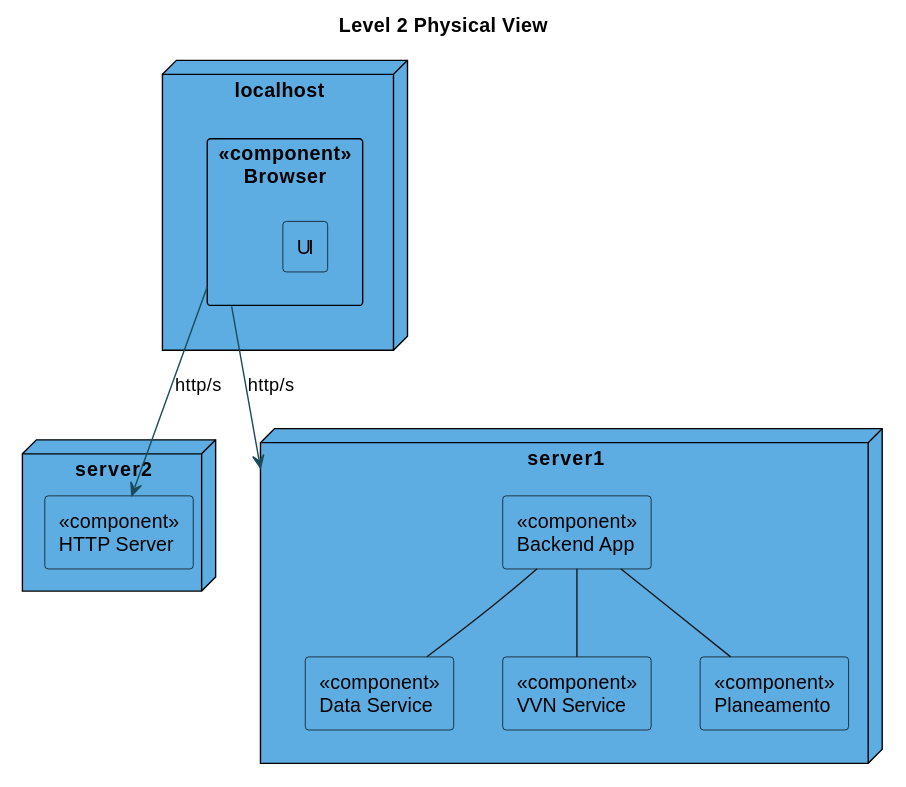
Before: docs/sprint1/level2/physical_view/phyisical_view.svg, a diagram exported from PlantUML (Departamento-de-Engenharia-Informatica/LEI-SEM5-PI-2025-26-3DK-04). The source it was exported from:
```plantuml
@startuml
title Level 2 Physical View

skinparam defaultFontName Arial
skinparam componentStyle rectangle
skinparam node {
  BackgroundColor #5DADE2
  BorderColor #000000
}
skinparam component {
  BackgroundColor #5DADE2
  BorderColor #000000
}

node "localhost" as CLIENT {
  component "<<component>>\nBrowser" as BROWSER {
    component "<<component>>\nUI" as UI
  }
}

node "server2" as WEB {
  component "<<component>>\nHTTP Server" as WEBHTTP
  component "UI" as UI
}

node "server1" as APP {
  component "<<component>>\nBackend App" as API
  component "<<component>>\nData Service" as DS
  component "<<component>>\nVVN Service" as VVN
  component "<<component>>\nPlaneamento" as PLAN
}

WEBHTTP -[Hidden]-> UI
API -down- DS
API -down- VVN
API -down- PLAN

BROWSER -[#1b4b5a]-> WEBHTTP : http/s
BROWSER -[#1b4b5a]-> APP : http/s
@enduml
```
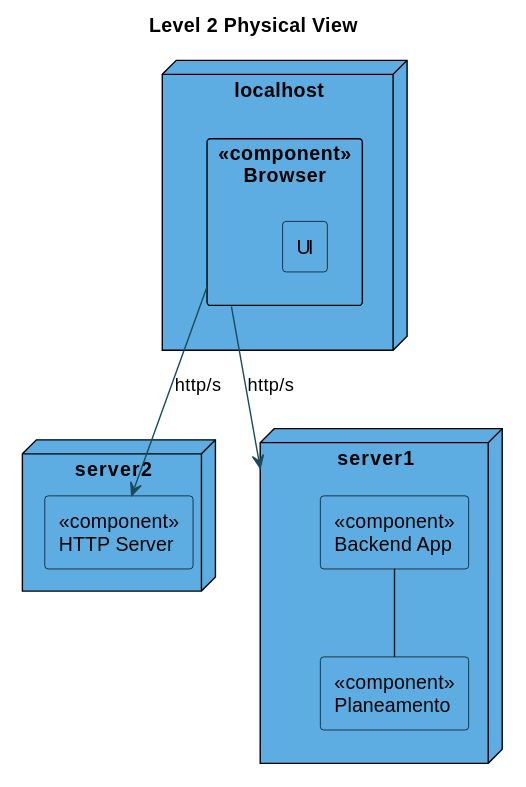
After the change.

Diff of the diagram source:
```diff
@@ -25,14 +25,10 @@
 
 node "server1" as APP {
   component "<<component>>\nBackend App" as API
-  component "<<component>>\nData Service" as DS
-  component "<<component>>\nVVN Service" as VVN
   component "<<component>>\nPlaneamento" as PLAN
 }
 
 WEBHTTP -[Hidden]-> UI
-API -down- DS
-API -down- VVN
 API -down- PLAN
 
 BROWSER -[#1b4b5a]-> WEBHTTP : http/s
```
